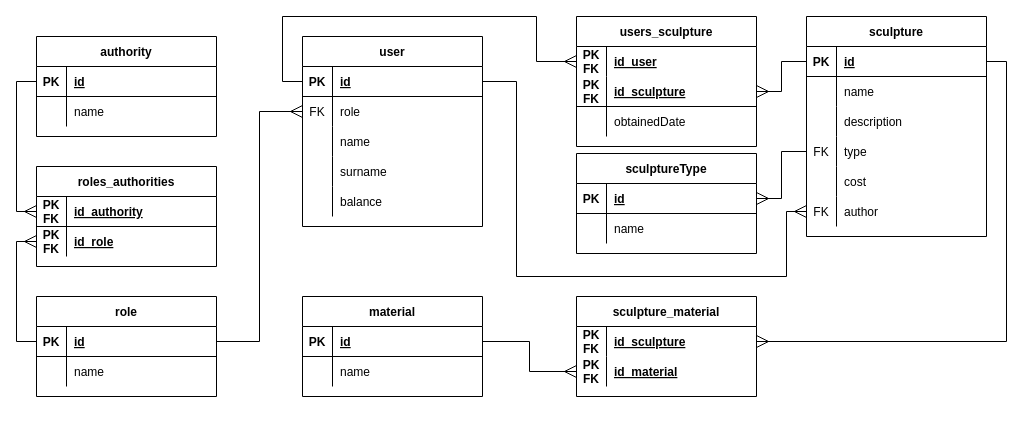
The draw.io diagram 2-SoftwareDesign/2.3-DataModel/RelDB.drawio in oleksandrblazhko/ai201-malofeev, before the edit. Source tidied: cells renumbered, new cells numbered last; positions are measured from the earlier drawing's top-left corner, leaving out a move shared by most shapes. Both pictures are drawn from the tidied source at 100%, with x=0, y=0 at pixel (36, 16).
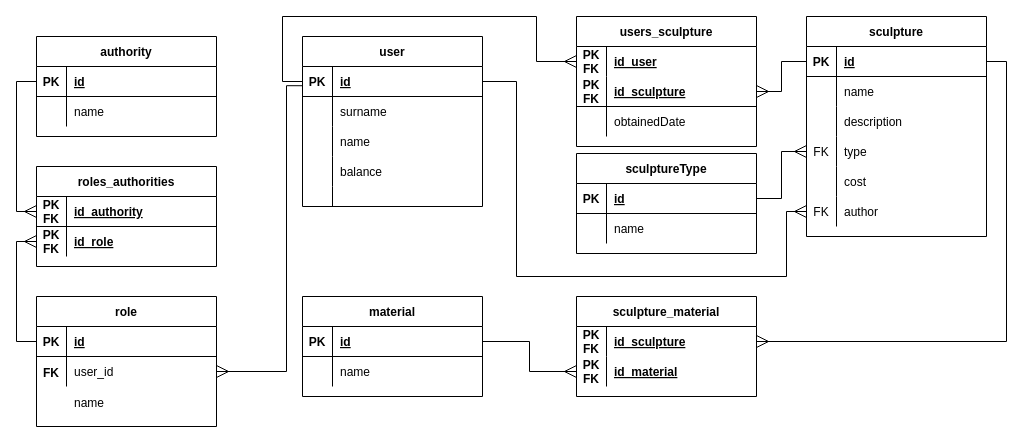
The same page after the edit.

Unchanged cells that the change refers to:
```xml
<mxCell id="10" style="shape=partialRectangle;fillColor=none;top=0;left=0;bottom=1;right=0;points=[[0,0.5],[1,0.5]];portConstraint=eastwest;" parent="9" vertex="1">
  <mxGeometry y="30" width="180" height="30" as="geometry" />
</mxCell>
<mxCell id="13" style="shape=partialRectangle;fillColor=none;top=0;left=0;bottom=0;right=0;points=[[0,0.5],[1,0.5]];portConstraint=eastwest;" parent="9" vertex="1">
  <mxGeometry y="60" width="180" height="30" as="geometry" />
</mxCell>
<mxCell id="24" style="shape=partialRectangle;fillColor=none;top=0;left=0;bottom=1;right=0;points=[[0,0.5],[1,0.5]];portConstraint=eastwest;" parent="23" vertex="1">
  <mxGeometry y="30" width="180" height="30" as="geometry" />
</mxCell>
<mxCell id="27" style="shape=partialRectangle;fillColor=none;top=0;left=0;bottom=0;right=0;points=[[0,0.5],[1,0.5]];portConstraint=eastwest;" parent="23" vertex="1">
  <mxGeometry y="60" width="180" height="30" as="geometry" />
</mxCell>
<mxCell id="52" style="shape=partialRectangle;fillColor=none;top=0;left=0;bottom=0;right=0;points=[[0,0.5],[1,0.5]];portConstraint=eastwest;" parent="42" vertex="1">
  <mxGeometry y="120" width="180" height="30" as="geometry" />
</mxCell>
<mxCell id="63" style="shape=partialRectangle;fillColor=none;top=0;left=0;bottom=1;right=0;points=[[0,0.5],[1,0.5]];portConstraint=eastwest;" parent="62" vertex="1">
  <mxGeometry y="30" width="180" height="30" as="geometry" />
</mxCell>
```

Change to the diagram source:
```diff
@@
     <mxCell id="9" value="role" style="shape=table;startSize=30;childLayout=tableLayout;rowLines=0;fontStyle=1;align=center;" parent="1" vertex="1">
-      <mxGeometry y="280" width="180" height="100" as="geometry" />
+      <mxGeometry y="280" width="180" height="130" as="geometry" />
     </mxCell>
@@
-    <mxCell id="15" value="name" style="shape=partialRectangle;fillColor=none;top=0;left=0;bottom=0;right=0;align=left;spacingLeft=6;overflow=hidden;" parent="13" vertex="1">
+    <mxCell id="15" value="user_id" style="shape=partialRectangle;fillColor=none;top=0;left=0;bottom=0;right=0;align=left;spacingLeft=6;overflow=hidden;" parent="13" vertex="1">
       <mxGeometry x="30" width="150" height="30" as="geometry" />
     </mxCell>
@@
     <mxCell id="23" value="user" style="shape=table;startSize=30;childLayout=tableLayout;rowLines=0;fontStyle=1;align=center;" parent="1" vertex="1">
-      <mxGeometry x="266" y="20" width="180" height="190" as="geometry" />
+      <mxGeometry x="266" y="20" width="180" height="170" as="geometry" />
     </mxCell>
@@
-    <mxCell id="28" value="FK" style="shape=partialRectangle;fillColor=none;top=0;left=0;bottom=0;right=0;overflow=hidden;" parent="27" vertex="1">
+    <mxCell id="28" style="shape=partialRectangle;fillColor=none;top=0;left=0;bottom=0;right=0;overflow=hidden;" parent="27" vertex="1">
       <mxGeometry width="30" height="30" as="geometry" />
     </mxCell>
-    <mxCell id="29" value="role" style="shape=partialRectangle;fillColor=none;top=0;left=0;bottom=0;right=0;align=left;spacingLeft=6;overflow=hidden;" parent="27" vertex="1">
+    <mxCell id="29" value="surname" style="shape=partialRectangle;fillColor=none;top=0;left=0;bottom=0;right=0;align=left;spacingLeft=6;overflow=hidden;" parent="27" vertex="1">
       <mxGeometry x="30" width="150" height="30" as="geometry" />
     </mxCell>
+    <mxCell id="33" style="shape=partialRectangle;fillColor=none;top=0;left=0;bottom=0;right=0;" parent="23" vertex="1">
+      <mxGeometry y="90" width="180" height="30" as="geometry" />
+    </mxCell>
+    <mxCell id="34" style="shape=partialRectangle;fillColor=none;top=0;left=0;bottom=0;right=0;overflow=hidden;" parent="33" vertex="1">
+      <mxGeometry width="30" height="30" as="geometry" />
+    </mxCell>
+    <mxCell id="35" value="name" style="shape=partialRectangle;fillColor=none;top=0;left=0;bottom=0;right=0;align=left;spacingLeft=6;overflow=hidden;" parent="33" vertex="1">
+      <mxGeometry x="30" width="150" height="30" as="geometry" />
+    </mxCell>
     <mxCell id="30" style="shape=partialRectangle;fillColor=none;top=0;left=0;bottom=0;right=0;" parent="23" vertex="1">
-      <mxGeometry y="90" width="180" height="30" as="geometry" />
+      <mxGeometry y="120" width="180" height="30" as="geometry" />
     </mxCell>
@@
-    <mxCell id="32" value="name" style="shape=partialRectangle;fillColor=none;top=0;left=0;bottom=0;right=0;align=left;spacingLeft=6;overflow=hidden;" parent="30" vertex="1">
+    <mxCell id="32" value="balance" style="shape=partialRectangle;fillColor=none;top=0;left=0;bottom=0;right=0;align=left;spacingLeft=6;overflow=hidden;" parent="30" vertex="1">
       <mxGeometry x="30" width="150" height="30" as="geometry" />
     </mxCell>
-    <mxCell id="33" style="shape=partialRectangle;fillColor=none;top=0;left=0;bottom=0;right=0;" parent="23" vertex="1">
-      <mxGeometry y="120" width="180" height="30" as="geometry" />
-    </mxCell>
-    <mxCell id="34" style="shape=partialRectangle;fillColor=none;top=0;left=0;bottom=0;right=0;overflow=hidden;" parent="33" vertex="1">
-      <mxGeometry width="30" height="30" as="geometry" />
-    </mxCell>
-    <mxCell id="35" value="surname" style="shape=partialRectangle;fillColor=none;top=0;left=0;bottom=0;right=0;align=left;spacingLeft=6;overflow=hidden;" parent="33" vertex="1">
-      <mxGeometry x="30" width="150" height="30" as="geometry" />
-    </mxCell>
     <mxCell id="36" style="shape=partialRectangle;fillColor=none;top=0;left=0;bottom=0;right=0;" parent="23" vertex="1">
-      <mxGeometry y="150" width="180" height="30" as="geometry" />
+      <mxGeometry y="150" width="180" height="20" as="geometry" />
     </mxCell>
     <mxCell id="37" style="shape=partialRectangle;fillColor=none;top=0;left=0;bottom=0;right=0;overflow=hidden;" parent="36" vertex="1">
-      <mxGeometry width="30" height="30" as="geometry" />
+      <mxGeometry width="30" height="20" as="geometry" />
     </mxCell>
-    <mxCell id="38" value="balance" style="shape=partialRectangle;fillColor=none;top=0;left=0;bottom=0;right=0;align=left;spacingLeft=6;overflow=hidden;" parent="36" vertex="1">
-      <mxGeometry x="30" width="150" height="30" as="geometry" />
+    <mxCell id="38" style="shape=partialRectangle;fillColor=none;top=0;left=0;bottom=0;right=0;align=left;spacingLeft=6;overflow=hidden;" parent="36" vertex="1">
+      <mxGeometry x="30" width="150" height="20" as="geometry" />
     </mxCell>
@@
-    <mxCell id="40" style="edgeStyle=orthogonalEdgeStyle;rounded=0;jettySize=auto;html=1;exitX=1;exitY=0.5;exitDx=0;exitDy=0;entryX=0;entryY=0.5;entryDx=0;entryDy=0;endArrow=ERmany;endFill=0;endSize=10;" parent="1" edge="1" source="10" target="27">
-      <mxGeometry relative="1" as="geometry" />
+    <mxCell id="40" style="edgeStyle=orthogonalEdgeStyle;rounded=0;jettySize=auto;html=1;endArrow=ERmany;endFill=0;endSize=10;entryX=1;entryY=0.5;entryDx=0;entryDy=0;exitX=-0.002;exitY=0.641;exitDx=0;exitDy=0;exitPerimeter=0;" parent="1" edge="1" source="24" target="13">
+      <mxGeometry relative="1" as="geometry">
+        <Array as="points">
+          <mxPoint x="250" y="69" />
+          <mxPoint x="250" y="355" />
+        </Array>
+      </mxGeometry>
     </mxCell>
@@
-    <mxCell id="69" style="edgeStyle=orthogonalEdgeStyle;rounded=0;jettySize=auto;html=1;exitX=0;exitY=0.5;exitDx=0;exitDy=0;entryX=1;entryY=0.5;entryDx=0;entryDy=0;endArrow=ERmany;endFill=0;endSize=10;" parent="1" edge="1" source="52" target="63">
+    <mxCell id="69" style="edgeStyle=orthogonalEdgeStyle;rounded=0;jettySize=auto;html=1;exitX=1;exitY=0.5;exitDx=0;exitDy=0;endArrow=ERmany;endFill=0;endSize=10;entryX=0;entryY=0.5;entryDx=0;entryDy=0;" parent="1" edge="1" source="63" target="52">
       <mxGeometry relative="1" as="geometry" />
     </mxCell>
@@
+    <mxCell id="99" value="name" style="shape=partialRectangle;fillColor=none;top=0;left=0;bottom=0;right=0;align=left;spacingLeft=6;overflow=hidden;" parent="1" vertex="1">
+      <mxGeometry x="30" y="371" width="150" height="30" as="geometry" />
+    </mxCell>
+    <mxCell id="100" value="FK" style="shape=partialRectangle;fillColor=none;top=0;left=0;bottom=0;right=0;fontStyle=1;overflow=hidden;" parent="1" vertex="1">
+      <mxGeometry y="341" width="30" height="30" as="geometry" />
+    </mxCell>
```
